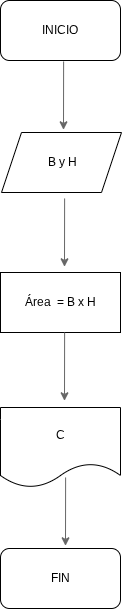
Earlier version of the draw.io export Ejercicio_2_Lucas.drawio.png (lucri1384/Pensamiento-computacional). Source tidied: cells renumbered, new cells last; positions are measured from the earlier drawing's top-left corner, leaving out a move shared by most shapes.
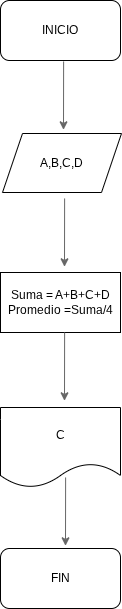
After the change.

What changed in the source:
```diff
@@ -5,10 +5,10 @@
     <mxCell id="2" value="INICIO" style="rounded=1;whiteSpace=wrap;html=1;labelBackgroundColor=none;" parent="1" vertex="1">
       <mxGeometry width="120" height="60" as="geometry" />
     </mxCell>
-    <mxCell id="3" value="&amp;nbsp;B y H" style="shape=parallelogram;perimeter=parallelogramPerimeter;whiteSpace=wrap;html=1;fixedSize=1;" parent="1" vertex="1">
-      <mxGeometry x="1" y="132" width="120" height="60" as="geometry" />
+    <mxCell id="3" value="A,B,C,D" style="shape=parallelogram;perimeter=parallelogramPerimeter;whiteSpace=wrap;html=1;fixedSize=1;" parent="1" vertex="1">
+      <mxGeometry x="2" y="133" width="119" height="59" as="geometry" />
     </mxCell>
-    <mxCell id="4" value="Área&amp;nbsp; = B x H" style="rounded=0;whiteSpace=wrap;html=1;" parent="1" vertex="1">
+    <mxCell id="4" value="Suma = A+B+C+D&lt;div&gt;Promedio =Suma/4&lt;/div&gt;" style="rounded=0;whiteSpace=wrap;html=1;" parent="1" vertex="1">
       <mxGeometry y="272" width="120" height="60" as="geometry" />
     </mxCell>
     <mxCell id="5" value="C" style="shape=document;whiteSpace=wrap;html=1;boundedLbl=1;" parent="1" vertex="1">
```
